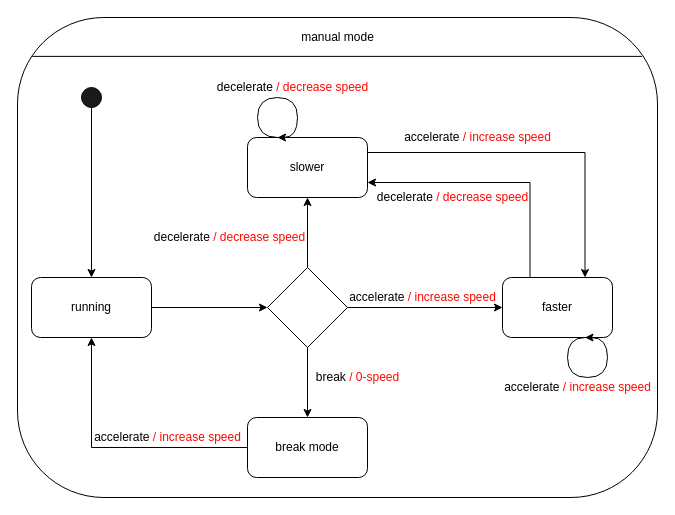
Above: 4.2_A2_SOEN331.drawio in SamanthaGuillemette/SOEN331_A2 (draw.io), before the change. Source tidied: cells renumbered, new cells numbered last; positions are measured from the earlier drawing's top-left corner, leaving out a move shared by most shapes. Both pictures are drawn from the tidied source at 100%, with x=0, y=0 at pixel (17, 17).
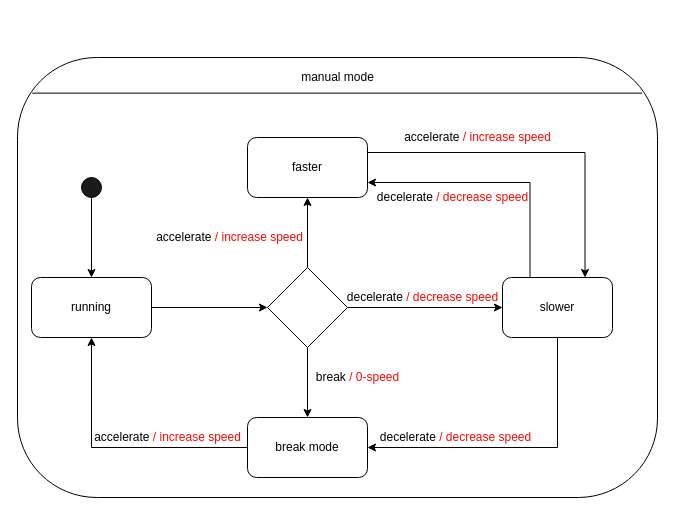
The same diagram, later.

Commit message (it also covers changes not shown here):
4.2-Manual-mode: modified manual mode UML in 4.2_A2_SOEN331.drawio :qw

Unchanged cells that the change refers to:
```xml
<mxCell id="6" value="running" style="rounded=1;whiteSpace=wrap;html=1;direction=east;" parent="1" vertex="1">
  <mxGeometry x="14" y="260" width="120" height="60" as="geometry" />
</mxCell>
<mxCell id="8" value="break mode" style="rounded=1;whiteSpace=wrap;html=1;direction=east;" parent="1" vertex="1">
  <mxGeometry x="230" y="400" width="120" height="60" as="geometry" />
</mxCell>
```

Change to the diagram source:
```diff
@@
     <mxCell id="2" style="rounded=1;whiteSpace=wrap;html=1;arcSize=18;" parent="1" vertex="1">
-      <mxGeometry width="640" height="480" as="geometry" />
+      <mxGeometry y="40" width="640" height="440" as="geometry" />
     </mxCell>
-    <mxCell id="3" style="edgeStyle=orthogonalEdgeStyle;rounded=0;jettySize=auto;html=1;exitX=1;exitY=0.5;exitDx=0;exitDy=0;" parent="1" edge="1" source="4" target="6">
+    <mxCell id="3" style="edgeStyle=orthogonalEdgeStyle;rounded=0;jettySize=auto;html=1;exitX=1;exitY=0.5;exitDx=0;exitDy=0;entryX=0.5;entryY=0;entryDx=0;entryDy=0;" parent="1" edge="1" source="4" target="6">
       <mxGeometry relative="1" as="geometry" />
     </mxCell>
     <mxCell id="4" style="ellipse;whiteSpace=wrap;html=1;fillColor=#1A1A1A;direction=south;" parent="1" vertex="1">
-      <mxGeometry x="64" y="70" width="20" height="20" as="geometry" />
+      <mxGeometry x="64" y="160" width="20" height="20" as="geometry" />
     </mxCell>
@@
+    <mxCell id="29" style="edgeStyle=orthogonalEdgeStyle;rounded=0;jettySize=auto;html=1;exitX=0.5;exitY=1;exitDx=0;exitDy=0;entryX=1;entryY=0.5;entryDx=0;entryDy=0;" parent="1" edge="1" source="10" target="8">
+      <mxGeometry relative="1" as="geometry">
+        <Array as="points">
+          <mxPoint x="540" y="430" />
+        </Array>
+      </mxGeometry>
+    </mxCell>
-    <mxCell id="10" value="faster" style="rounded=1;whiteSpace=wrap;html=1;direction=east;" parent="1" vertex="1">
+    <mxCell id="10" value="slower" style="rounded=1;whiteSpace=wrap;html=1;direction=east;" parent="1" vertex="1">
       <mxGeometry x="485" y="260" width="110" height="60" as="geometry" />
     </mxCell>
@@
-    <mxCell id="12" value="slower" style="rounded=1;whiteSpace=wrap;html=1;direction=east;" parent="1" vertex="1">
+    <mxCell id="12" value="faster" style="rounded=1;whiteSpace=wrap;html=1;direction=east;" parent="1" vertex="1">
       <mxGeometry x="230" y="120" width="120" height="60" as="geometry" />
     </mxCell>
@@
-    <mxCell id="17" value="decelerate &lt;font color=&quot;#ff0800&quot;&gt;/ decrease speed&lt;/font&gt;" style="text;html=1;align=center;verticalAlign=middle;" parent="1" vertex="1">
-      <mxGeometry x="127" y="210" width="170" height="20" as="geometry" />
+    <mxCell id="17" value="accelerate &lt;font color=&quot;#ff0800&quot;&gt;/ increase speed&lt;/font&gt;" style="text;html=1;align=center;verticalAlign=middle;" parent="1" vertex="1">
+      <mxGeometry x="132" y="210" width="160" height="20" as="geometry" />
     </mxCell>
@@
-    <mxCell id="20" value="accelerate &lt;font color=&quot;#ff0800&quot;&gt;/ increase speed&lt;/font&gt;" style="text;html=1;align=center;verticalAlign=middle;" parent="1" vertex="1">
-      <mxGeometry x="325" y="270" width="160" height="20" as="geometry" />
+    <mxCell id="20" value="decelerate &lt;font color=&quot;#ff0800&quot;&gt;/ decrease speed&lt;/font&gt;" style="text;html=1;align=center;verticalAlign=middle;" parent="1" vertex="1">
+      <mxGeometry x="320" y="270" width="170" height="20" as="geometry" />
     </mxCell>
@@
-    <mxCell id="22" style="edgeStyle=orthogonalEdgeStyle;curved=1;rounded=0;orthogonalLoop=1;jettySize=auto;html=1;exitX=0.25;exitY=0;exitDx=0;exitDy=0;entryX=0.25;entryY=0;entryDx=0;entryDy=0;" parent="1" edge="1" source="12" target="12">
-      <mxGeometry relative="1" as="geometry">
-        <Array as="points">
-          <mxPoint x="240" y="120" />
-          <mxPoint x="240" y="80" />
-          <mxPoint x="280" y="80" />
-          <mxPoint x="280" y="120" />
-        </Array>
-      </mxGeometry>
-    </mxCell>
-    <mxCell id="23" value="decelerate &lt;font color=&quot;#ff0800&quot;&gt;/ decrease speed&lt;/font&gt;" style="text;html=1;align=center;verticalAlign=middle;" parent="1" vertex="1">
-      <mxGeometry x="190" y="60" width="170" height="20" as="geometry" />
-    </mxCell>
-    <mxCell id="24" style="edgeStyle=orthogonalEdgeStyle;curved=1;rounded=0;orthogonalLoop=1;jettySize=auto;html=1;exitX=0.75;exitY=1;exitDx=0;exitDy=0;entryX=0.75;entryY=1;entryDx=0;entryDy=0;" parent="1" edge="1" source="10" target="10">
-      <mxGeometry relative="1" as="geometry">
-        <Array as="points">
-          <mxPoint x="550" y="320" />
-          <mxPoint x="550" y="360" />
-          <mxPoint x="590" y="360" />
-          <mxPoint x="590" y="320" />
-        </Array>
-      </mxGeometry>
-    </mxCell>
-    <mxCell id="25" value="accelerate &lt;font color=&quot;#ff0800&quot;&gt;/ increase speed&lt;/font&gt;" style="text;html=1;align=center;verticalAlign=middle;" parent="1" vertex="1">
-      <mxGeometry x="480" y="360" width="160" height="20" as="geometry" />
-    </mxCell>
@@
     <mxCell id="28" value="manual mode" style="text;html=1;align=center;verticalAlign=middle;" parent="1" vertex="1">
-      <mxGeometry x="275" y="10" width="90" height="20" as="geometry" />
+      <mxGeometry x="275" y="50" width="90" height="20" as="geometry" />
     </mxCell>
+    <mxCell id="23" value="decelerate &lt;font color=&quot;#ff0800&quot;&gt;/ decrease speed&lt;/font&gt;" style="text;html=1;align=center;verticalAlign=middle;" parent="1" vertex="1">
+      <mxGeometry x="353" y="409.9" width="170" height="20" as="geometry" />
+    </mxCell>
```
